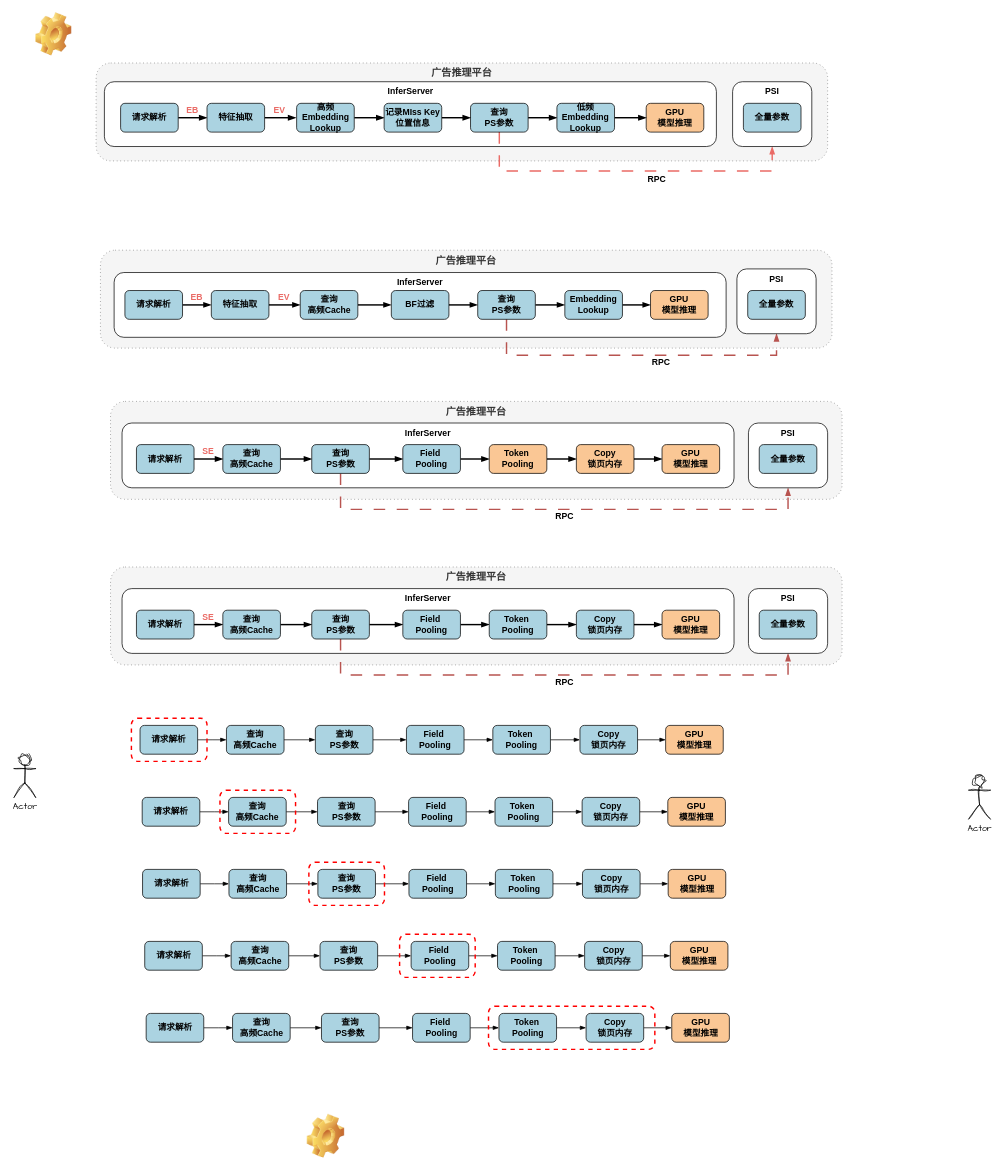
Earlier version of the draw.io diagram GprOptImpl.drawio (JackHsiung/totoro). Source tidied: cells renumbered, new cells numbered last; positions are measured from the earlier drawing's top-left corner, leaving out a move shared by most shapes. Both pictures are drawn from the tidied source at 72%, with x=0, y=0 at pixel (14, 12).
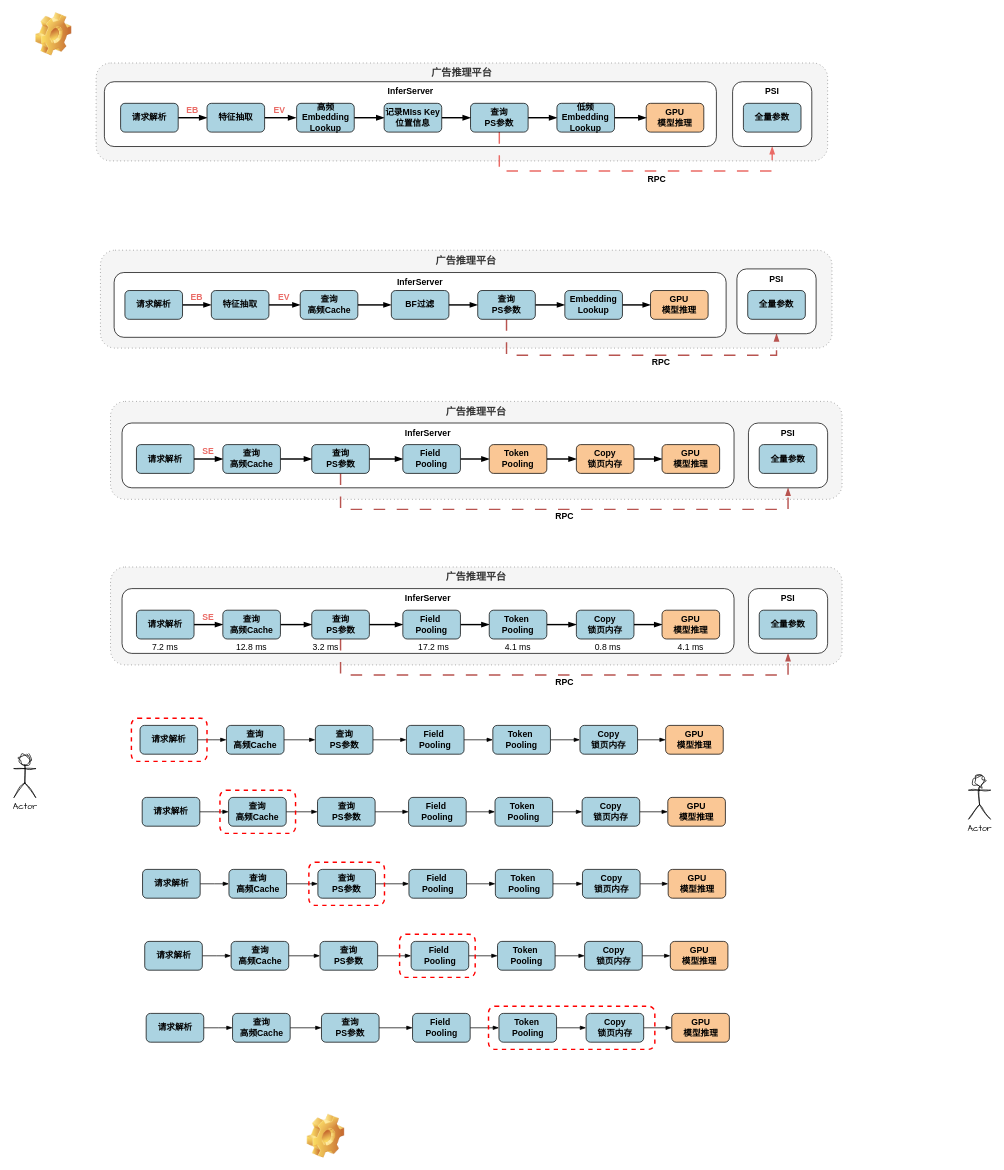
After the change.

Change to the diagram source:
```diff
@@
+    <mxCell id="158" value="&lt;font face=&quot;Helvetica&quot;&gt;7.2 ms&lt;/font&gt;" style="text;html=1;align=center;verticalAlign=middle;whiteSpace=wrap;rounded=0;fontFamily=Architects Daughter;" parent="1" vertex="1">
+      <mxGeometry x="180" y="867" width="60" height="30" as="geometry" />
+    </mxCell>
+    <mxCell id="159" value="&lt;font face=&quot;Helvetica&quot;&gt;12.8 ms&lt;/font&gt;" style="text;html=1;align=center;verticalAlign=middle;whiteSpace=wrap;rounded=0;fontFamily=Architects Daughter;" parent="1" vertex="1">
+      <mxGeometry x="300" y="867" width="60" height="30" as="geometry" />
+    </mxCell>
+    <mxCell id="160" value="&lt;font face=&quot;Helvetica&quot;&gt;17.2 ms&lt;/font&gt;" style="text;html=1;align=center;verticalAlign=middle;whiteSpace=wrap;rounded=0;fontFamily=Architects Daughter;" parent="1" vertex="1">
+      <mxGeometry x="553" y="867" width="60" height="30" as="geometry" />
+    </mxCell>
+    <mxCell id="161" value="&lt;font face=&quot;Helvetica&quot;&gt;4.1 ms&lt;/font&gt;" style="text;html=1;align=center;verticalAlign=middle;whiteSpace=wrap;rounded=0;fontFamily=Architects Daughter;" parent="1" vertex="1">
+      <mxGeometry x="670" y="867" width="60" height="30" as="geometry" />
+    </mxCell>
+    <mxCell id="162" value="&lt;font face=&quot;Helvetica&quot;&gt;0.8 ms&lt;/font&gt;" style="text;html=1;align=center;verticalAlign=middle;whiteSpace=wrap;rounded=0;fontFamily=Architects Daughter;" parent="1" vertex="1">
+      <mxGeometry x="794.5" y="867" width="60" height="30" as="geometry" />
+    </mxCell>
+    <mxCell id="163" value="&lt;font face=&quot;Helvetica&quot;&gt;4.1 ms&lt;/font&gt;" style="text;html=1;align=center;verticalAlign=middle;whiteSpace=wrap;rounded=0;fontFamily=Architects Daughter;" parent="1" vertex="1">
+      <mxGeometry x="910" y="867" width="60" height="30" as="geometry" />
+    </mxCell>
+    <mxCell id="164" value="&lt;font face=&quot;Helvetica&quot;&gt;3.2 ms&lt;/font&gt;" style="text;html=1;align=center;verticalAlign=middle;whiteSpace=wrap;rounded=0;fontFamily=Architects Daughter;" parent="1" vertex="1">
+      <mxGeometry x="402.5" y="867" width="60" height="30" as="geometry" />
+    </mxCell>
```
